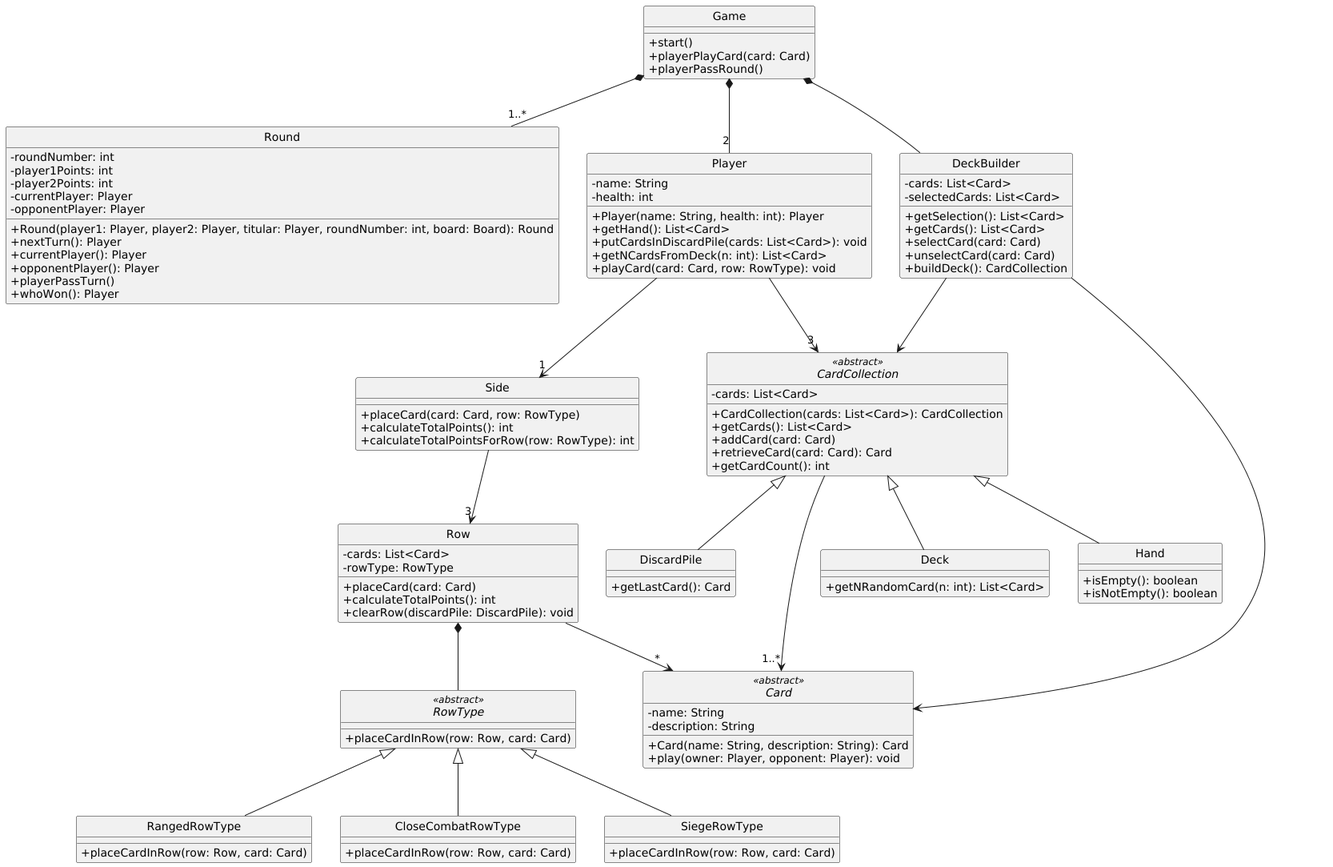
The PlantUML diagram diagrams/classes/game.png in Yonhir/algo3_proyecto_base_tp2, before a commit.
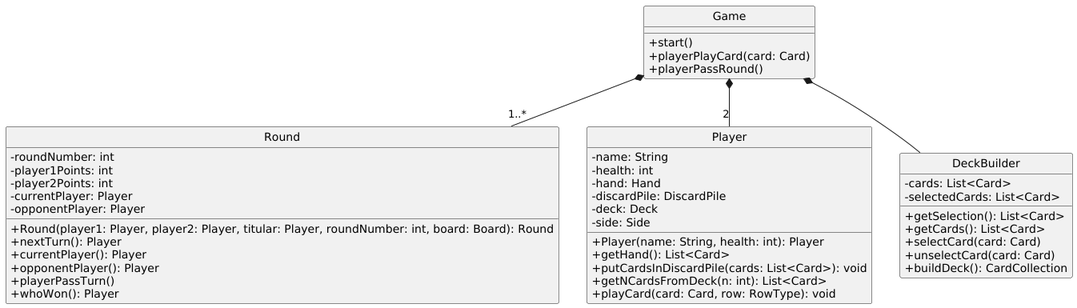
The same diagram one commit later.

Commit message:
diagrama de la clase Game y sus clases relacionadas

What changed in the source:
```diff
@@ -27,15 +27,15 @@
 class Player {
   -name: String
   -health: int
+  -hand: Hand
+  -discardPile: DiscardPile
+  -deck: Deck
+  -side: Side
   +Player(name: String, health: int): Player
   +getHand(): List<Card>
   +putCardsInDiscardPile(cards: List<Card>): void
   +getNCardsFromDeck(n: int): List<Card>
   +playCard(card: Card, row: RowType): void
-}
-
-class Deck {
-  +getNRandomCard(n: int): List<Card>
 }
 
 class DeckBuilder {
@@ -48,82 +48,9 @@
   +buildDeck(): CardCollection
 }
 
-abstract class CardCollection <<abstract>> {
-  -cards: List<Card>
-  +CardCollection(cards: List<Card>): CardCollection
-  +getCards(): List<Card>
-  +addCard(card: Card)
-  +retrieveCard(card: Card): Card
-  +getCardCount(): int
-}
-
-class Hand {
-  +isEmpty(): boolean
-  +isNotEmpty(): boolean
-}
-
-class DiscardPile {
-  +getLastCard(): Card
-}
-
-abstract class Card <<abstract>> {
-  -name: String
-  -description: String
-  +Card(name: String, description: String): Card
-  +play(owner: Player, opponent: Player): void
-}
-
-class Side {
-  +placeCard(card: Card, row: RowType)
-  +calculateTotalPoints(): int
-  +calculateTotalPointsForRow(row: RowType): int
-}
-
-abstract class RowType <<abstract>> {
-  +placeCardInRow(row: Row, card: Card)
-}
-
-class RangedRowType extends RowType {
-  +placeCardInRow(row: Row, card: Card)
-}
-
-class CloseCombatRowType extends RowType {
-  +placeCardInRow(row: Row, card: Card)
-}
-
-class SiegeRowType extends RowType {
-  +placeCardInRow(row: Row, card: Card)
-}
-
-class Row {
-  -cards: List<Card>
-  -rowType: RowType
-  +placeCard(card: Card)
-  +calculateTotalPoints(): int
-  +clearRow(discardPile: DiscardPile): void
-}
-
 
 Game *-- "1..*" Round
 Game *-- "2" Player
 Game *-- DeckBuilder
 
-DeckBuilder --> Card
-DeckBuilder --> CardCollection
-
-CardCollection --> "1..*" Card
-
-CardCollection <|-- Hand
-CardCollection <|-- DiscardPile
-CardCollection <|-- Deck
-
-Player --> "3" CardCollection
-
-Player --> "1" Side
-
-Side --> "3" Row
-
-Row *-- RowType
-Row --> "*" Card
-
 @enduml
```
